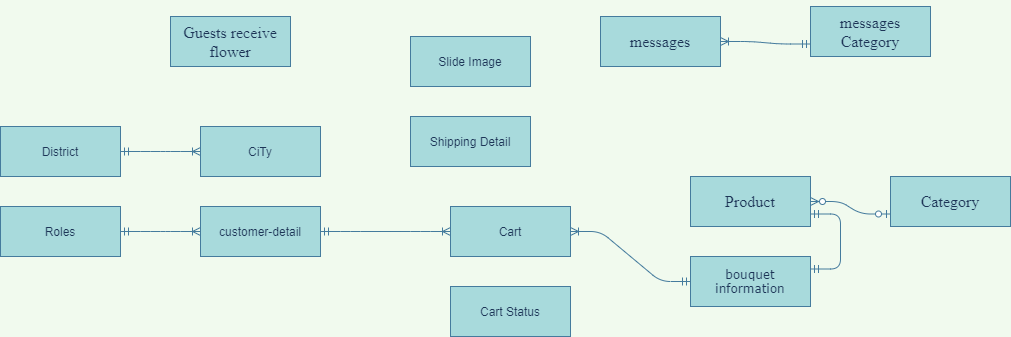
The draw.io diagram Untitled Diagram.png in maialino123/Eproject-SEM3, before a commit. Source tidied: cells renumbered, new cells last; positions are measured from the earlier drawing's top-left corner, leaving out a move shared by most shapes.
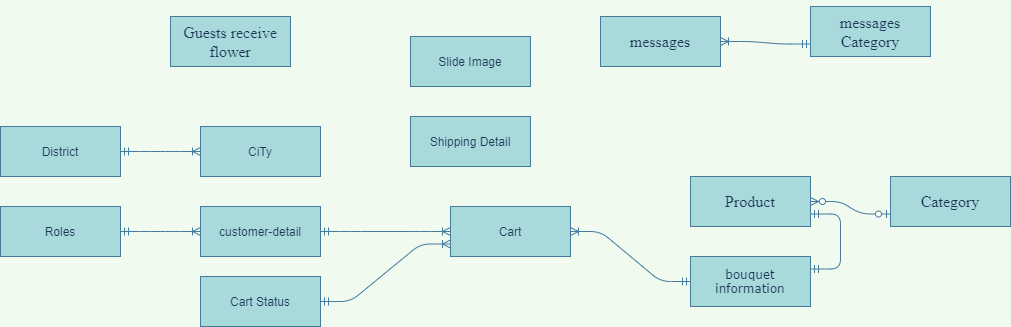
After the change.

Diff of the diagram source:
```diff
@@ -42,7 +42,7 @@
       <mxGeometry relative="1" as="geometry" />
     </mxCell>
     <mxCell id="15" value="Cart Status" style="whiteSpace=wrap;html=1;align=center;rounded=0;sketch=0;fontColor=#1D3557;strokeColor=#457B9D;fillColor=#A8DADC;" parent="1" vertex="1">
-      <mxGeometry x="450" y="280" width="120" height="50" as="geometry" />
+      <mxGeometry x="200" y="270" width="120" height="50" as="geometry" />
     </mxCell>
     <mxCell id="16" value="Roles" style="whiteSpace=wrap;html=1;align=center;rounded=0;sketch=0;fontColor=#1D3557;strokeColor=#457B9D;fillColor=#A8DADC;" parent="1" vertex="1">
       <mxGeometry y="200" width="120" height="50" as="geometry" />
@@ -65,5 +65,8 @@
     <mxCell id="22" style="edgeStyle=entityRelationEdgeStyle;fontSize=12;html=1;endArrow=ERoneToMany;startArrow=ERmandOne;fontColor=#1D3557;strokeColor=#457B9D;fillColor=#A8DADC;labelBackgroundColor=#F1FAEE;entryX=0;entryY=0.5;entryDx=0;entryDy=0;exitX=1;exitY=0.5;exitDx=0;exitDy=0;" parent="1" edge="1" source="16" target="2">
       <mxGeometry relative="1" as="geometry" />
     </mxCell>
+    <mxCell id="23" style="edgeStyle=entityRelationEdgeStyle;fontSize=12;html=1;endArrow=ERoneToMany;startArrow=ERmandOne;fontColor=#1D3557;strokeColor=#457B9D;fillColor=#A8DADC;entryX=0;entryY=0.75;entryDx=0;entryDy=0;labelBackgroundColor=#F1FAEE;exitX=1;exitY=0.5;exitDx=0;exitDy=0;" parent="1" edge="1" source="15" target="17">
+      <mxGeometry relative="1" as="geometry" />
+    </mxCell>
   </root>
 </mxGraphModel>
```
